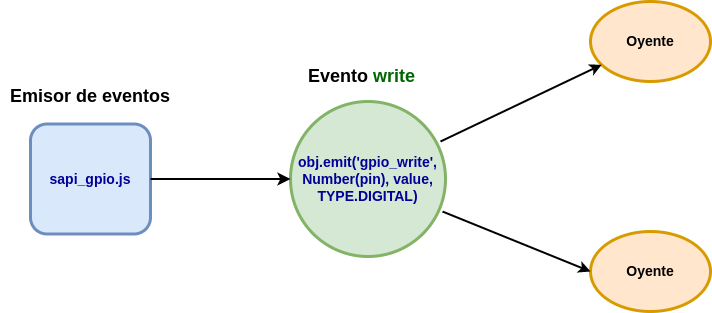
This is Figures/GPIOEventEmitter.png from jennifferch/Memoria-MSE, a draw.io export, as it was before one commit. Source tidied: cells renumbered, new cells last; positions are measured from the earlier drawing's top-left corner, leaving out a move shared by most shapes. The source it was exported from:
```xml
<mxGraphModel>
  <root>
    <mxCell id="0" />
    <mxCell id="1" parent="0" />
    <mxCell id="2" value="&lt;font style=&quot;&quot; color=&quot;#000099&quot;&gt;&lt;b style=&quot;&quot;&gt;&lt;font style=&quot;font-size: 14px;&quot;&gt;sapi_gpio.js&lt;/font&gt;&lt;/b&gt;&lt;br&gt;&lt;/font&gt;" style="rounded=1;whiteSpace=wrap;html=1;strokeColor=#6c8ebf;strokeWidth=3;fillColor=#dae8fc;" parent="1" vertex="1">
      <mxGeometry x="30" y="122.5" width="120" height="110" as="geometry" />
    </mxCell>
    <mxCell id="3" value="&lt;font style=&quot;font-size: 14px&quot; color=&quot;#000099&quot;&gt;&lt;b&gt;obj.emit('gpio_write', Number(pin), value, TYPE.DIGITAL)&lt;/b&gt;&lt;/font&gt;" style="ellipse;whiteSpace=wrap;html=1;strokeWidth=3;strokeColor=#82b366;fillColor=#d5e8d4;" parent="1" vertex="1">
      <mxGeometry x="290" y="100" width="155" height="155" as="geometry" />
    </mxCell>
    <mxCell id="4" value="&lt;b&gt;&lt;font style=&quot;font-size: 14px;&quot;&gt;Oyente&lt;/font&gt;&lt;/b&gt;" style="ellipse;whiteSpace=wrap;html=1;strokeColor=#d79b00;strokeWidth=3;fillColor=#ffe6cc;" parent="1" vertex="1">
      <mxGeometry x="590" width="120" height="80" as="geometry" />
    </mxCell>
    <mxCell id="5" value="&lt;b&gt;&lt;font style=&quot;font-size: 14px;&quot;&gt;Oyente&lt;/font&gt;&lt;/b&gt;" style="ellipse;whiteSpace=wrap;html=1;strokeWidth=3;strokeColor=#d79b00;fillColor=#ffe6cc;" parent="1" vertex="1">
      <mxGeometry x="590" y="230" width="120" height="80" as="geometry" />
    </mxCell>
    <mxCell id="6" value="&lt;font style=&quot;font-size: 18px;&quot;&gt;&lt;b style=&quot;&quot;&gt;Evento&amp;nbsp;&lt;font style=&quot;&quot; color=&quot;#006600&quot;&gt;write&lt;/font&gt;&lt;/b&gt;&lt;/font&gt;" style="text;html=1;strokeColor=none;fillColor=none;align=center;verticalAlign=middle;whiteSpace=wrap;rounded=0;" parent="1" vertex="1">
      <mxGeometry x="320" y="60" width="82.5" height="30" as="geometry" />
    </mxCell>
    <mxCell id="7" value="&lt;font style=&quot;font-size: 18px;&quot; color=&quot;#000000&quot;&gt;&lt;b&gt;Emisor de eventos&lt;/b&gt;&lt;/font&gt;" style="text;html=1;strokeColor=none;fillColor=none;align=center;verticalAlign=middle;whiteSpace=wrap;rounded=0;fontSize=14;fontColor=#0000CC;" parent="1" vertex="1">
      <mxGeometry y="80" width="180" height="30" as="geometry" />
    </mxCell>
    <mxCell id="8" style="endArrow=classic;html=1;rounded=0;fontSize=18;fontColor=#FF0000;entryX=0;entryY=0.5;entryDx=0;entryDy=0;endSize=7;strokeWidth=2;exitX=1;exitY=0.5;exitDx=0;exitDy=0;" parent="1" edge="1" source="2" target="3">
      <mxGeometry relative="1" as="geometry" />
    </mxCell>
    <mxCell id="9" style="endArrow=classic;html=1;rounded=0;fontSize=18;fontColor=#FF0000;strokeWidth=2;" parent="1" edge="1" target="4">
      <mxGeometry relative="1" as="geometry">
        <mxPoint x="440" y="140" as="sourcePoint" />
      </mxGeometry>
    </mxCell>
    <mxCell id="10" style="endArrow=classic;html=1;rounded=0;fontSize=18;fontColor=#FF0000;exitX=0.981;exitY=0.71;exitDx=0;exitDy=0;exitPerimeter=0;entryX=0;entryY=0.5;entryDx=0;entryDy=0;strokeWidth=2;" parent="1" edge="1" source="3" target="5">
      <mxGeometry relative="1" as="geometry" />
    </mxCell>
  </root>
</mxGraphModel>
```
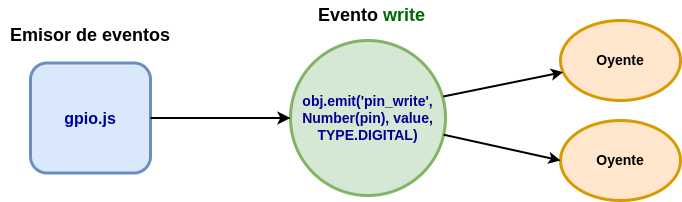
The same diagram one commit later.

Change to the diagram source:
```diff
@@ -2,34 +2,32 @@
   <root>
     <mxCell id="0" />
     <mxCell id="1" parent="0" />
-    <mxCell id="2" value="&lt;font style=&quot;&quot; color=&quot;#000099&quot;&gt;&lt;b style=&quot;&quot;&gt;&lt;font style=&quot;font-size: 14px;&quot;&gt;sapi_gpio.js&lt;/font&gt;&lt;/b&gt;&lt;br&gt;&lt;/font&gt;" style="rounded=1;whiteSpace=wrap;html=1;strokeColor=#6c8ebf;strokeWidth=3;fillColor=#dae8fc;" parent="1" vertex="1">
-      <mxGeometry x="30" y="122.5" width="120" height="110" as="geometry" />
-    </mxCell>
-    <mxCell id="3" value="&lt;font style=&quot;font-size: 14px&quot; color=&quot;#000099&quot;&gt;&lt;b&gt;obj.emit('gpio_write', Number(pin), value, TYPE.DIGITAL)&lt;/b&gt;&lt;/font&gt;" style="ellipse;whiteSpace=wrap;html=1;strokeWidth=3;strokeColor=#82b366;fillColor=#d5e8d4;" parent="1" vertex="1">
-      <mxGeometry x="290" y="100" width="155" height="155" as="geometry" />
-    </mxCell>
+    <mxCell id="11" value="&lt;font style=&quot;&quot; color=&quot;#000099&quot;&gt;&lt;b style=&quot;&quot;&gt;&lt;font style=&quot;font-size: 16px;&quot;&gt;gpio.js&lt;/font&gt;&lt;/b&gt;&lt;br&gt;&lt;/font&gt;" style="rounded=1;whiteSpace=wrap;html=1;strokeColor=#6c8ebf;strokeWidth=3;fillColor=#dae8fc;" parent="1" vertex="1">
+      <mxGeometry x="30" y="122.5" width="120" height="110" as="geometry" />
+    </mxCell>
+    <mxCell id="12" value="&lt;font style=&quot;font-size: 14px&quot; color=&quot;#000099&quot;&gt;&lt;b&gt;obj.emit('pin_write', Number(pin), value, TYPE.DIGITAL)&lt;/b&gt;&lt;/font&gt;" style="ellipse;whiteSpace=wrap;html=1;strokeWidth=3;strokeColor=#82b366;fillColor=#d5e8d4;" parent="1" vertex="1">
+      <mxGeometry x="290" y="100" width="155" height="155" as="geometry" />
+    </mxCell>
     <mxCell id="4" value="&lt;b&gt;&lt;font style=&quot;font-size: 14px;&quot;&gt;Oyente&lt;/font&gt;&lt;/b&gt;" style="ellipse;whiteSpace=wrap;html=1;strokeColor=#d79b00;strokeWidth=3;fillColor=#ffe6cc;" parent="1" vertex="1">
-      <mxGeometry x="590" width="120" height="80" as="geometry" />
+      <mxGeometry x="560" y="80" width="120" height="80" as="geometry" />
     </mxCell>
     <mxCell id="5" value="&lt;b&gt;&lt;font style=&quot;font-size: 14px;&quot;&gt;Oyente&lt;/font&gt;&lt;/b&gt;" style="ellipse;whiteSpace=wrap;html=1;strokeWidth=3;strokeColor=#d79b00;fillColor=#ffe6cc;" parent="1" vertex="1">
-      <mxGeometry x="590" y="230" width="120" height="80" as="geometry" />
+      <mxGeometry x="560" y="180" width="120" height="80" as="geometry" />
     </mxCell>
     <mxCell id="6" value="&lt;font style=&quot;font-size: 18px;&quot;&gt;&lt;b style=&quot;&quot;&gt;Evento&amp;nbsp;&lt;font style=&quot;&quot; color=&quot;#006600&quot;&gt;write&lt;/font&gt;&lt;/b&gt;&lt;/font&gt;" style="text;html=1;strokeColor=none;fillColor=none;align=center;verticalAlign=middle;whiteSpace=wrap;rounded=0;" parent="1" vertex="1">
-      <mxGeometry x="320" y="60" width="82.5" height="30" as="geometry" />
+      <mxGeometry x="330" y="60" width="82.5" height="30" as="geometry" />
     </mxCell>
     <mxCell id="7" value="&lt;font style=&quot;font-size: 18px;&quot; color=&quot;#000000&quot;&gt;&lt;b&gt;Emisor de eventos&lt;/b&gt;&lt;/font&gt;" style="text;html=1;strokeColor=none;fillColor=none;align=center;verticalAlign=middle;whiteSpace=wrap;rounded=0;fontSize=14;fontColor=#0000CC;" parent="1" vertex="1">
       <mxGeometry y="80" width="180" height="30" as="geometry" />
     </mxCell>
-    <mxCell id="8" style="endArrow=classic;html=1;rounded=0;fontSize=18;fontColor=#FF0000;entryX=0;entryY=0.5;entryDx=0;entryDy=0;endSize=7;strokeWidth=2;exitX=1;exitY=0.5;exitDx=0;exitDy=0;" parent="1" edge="1" source="2" target="3">
-      <mxGeometry relative="1" as="geometry" />
-    </mxCell>
-    <mxCell id="9" style="endArrow=classic;html=1;rounded=0;fontSize=18;fontColor=#FF0000;strokeWidth=2;" parent="1" edge="1" target="4">
-      <mxGeometry relative="1" as="geometry">
-        <mxPoint x="440" y="140" as="sourcePoint" />
-      </mxGeometry>
-    </mxCell>
-    <mxCell id="10" style="endArrow=classic;html=1;rounded=0;fontSize=18;fontColor=#FF0000;exitX=0.981;exitY=0.71;exitDx=0;exitDy=0;exitPerimeter=0;entryX=0;entryY=0.5;entryDx=0;entryDy=0;strokeWidth=2;" parent="1" edge="1" source="3" target="5">
-      <mxGeometry relative="1" as="geometry" />
-    </mxCell>
+    <mxCell id="13" style="endArrow=classic;html=1;rounded=0;fontSize=18;fontColor=#FF0000;entryX=0;entryY=0.5;entryDx=0;entryDy=0;endSize=7;strokeWidth=2;exitX=1;exitY=0.5;exitDx=0;exitDy=0;" parent="1" edge="1" source="11" target="12">
+      <mxGeometry relative="1" as="geometry" />
+    </mxCell>
+    <mxCell id="14" style="endArrow=classic;html=1;rounded=0;fontSize=18;fontColor=#FF0000;strokeWidth=2;exitX=0.987;exitY=0.361;exitDx=0;exitDy=0;exitPerimeter=0;" parent="1" edge="1" source="12" target="4">
+      <mxGeometry relative="1" as="geometry" />
+    </mxCell>
+    <mxCell id="15" style="endArrow=classic;html=1;rounded=0;fontSize=18;fontColor=#FF0000;entryX=0;entryY=0.5;entryDx=0;entryDy=0;strokeWidth=2;" parent="1" edge="1" source="12" target="5">
+      <mxGeometry relative="1" as="geometry" />
+    </mxCell>
   </root>
 </mxGraphModel>
```
